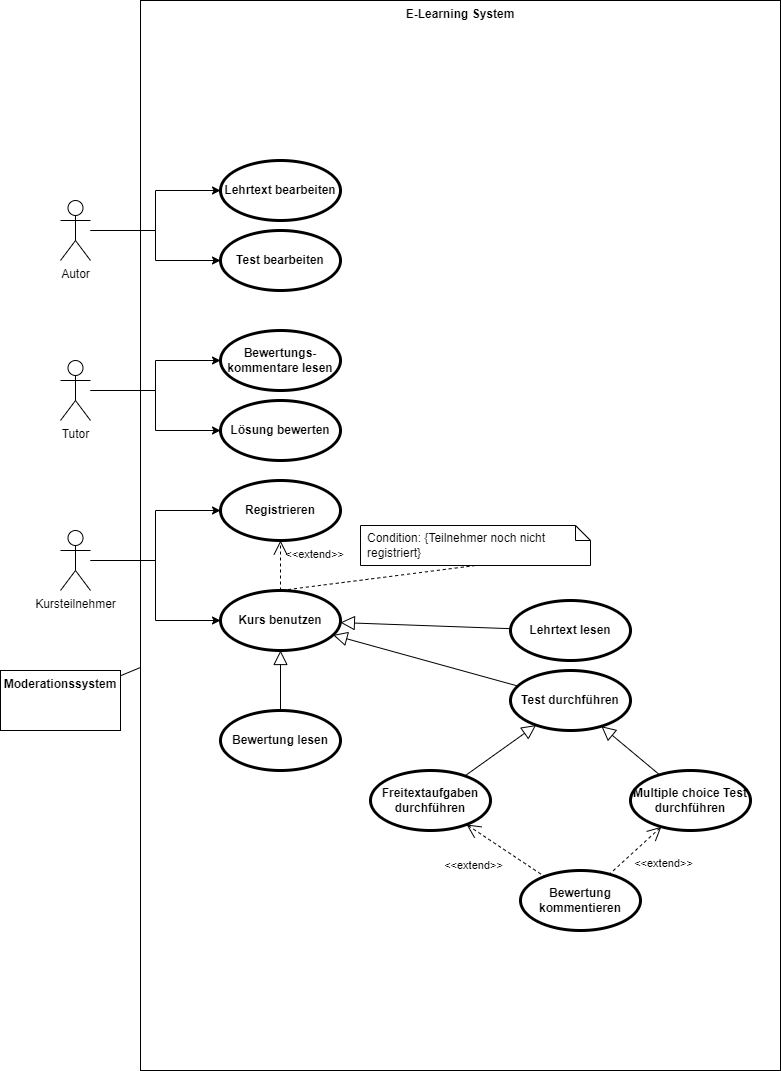
Above: Uebung8/E_Learning.drawio.png in jahtzee/SE_WS21 (draw.io), before the change. Source tidied: cells renumbered, new cells last; positions are measured from the earlier drawing's top-left corner, leaving out a move shared by most shapes.
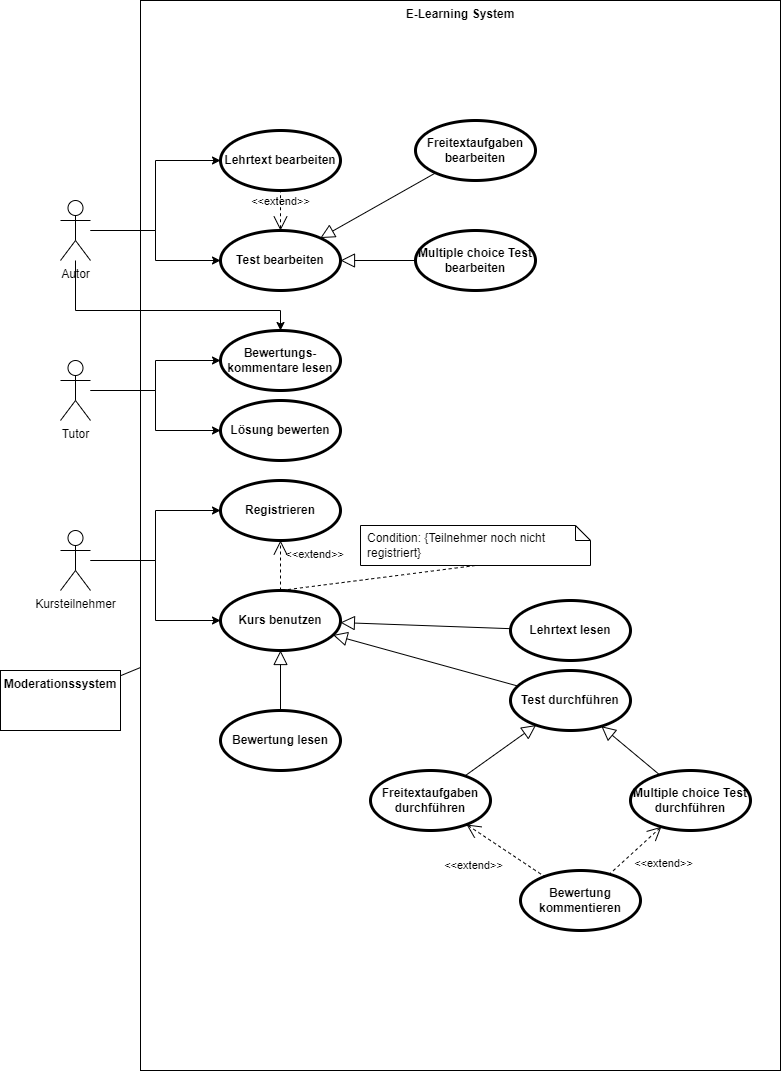
The same file after the commit.

What changed in the source:
```diff
@@ -20,6 +20,14 @@
     <mxCell id="7" style="edgeStyle=orthogonalEdgeStyle;rounded=0;jettySize=auto;html=1;entryX=0;entryY=0.5;entryDx=0;entryDy=0;" parent="1" edge="1" source="8" target="35">
       <mxGeometry relative="1" as="geometry" />
     </mxCell>
+    <mxCell id="36" style="edgeStyle=orthogonalEdgeStyle;rounded=0;jettySize=auto;html=1;" parent="1" edge="1" source="8" target="31">
+      <mxGeometry relative="1" as="geometry">
+        <Array as="points">
+          <mxPoint x="75" y="310" />
+          <mxPoint x="280" y="310" />
+        </Array>
+      </mxGeometry>
+    </mxCell>
     <mxCell id="8" value="Autor&lt;br&gt;" style="shape=umlActor;html=1;verticalLabelPosition=bottom;verticalAlign=top;align=center;" parent="1" vertex="1">
       <mxGeometry x="60" y="200" width="30" height="60" as="geometry" />
     </mxCell>
@@ -104,7 +112,22 @@
       <mxGeometry x="220" y="230" width="120" height="60" as="geometry" />
     </mxCell>
     <mxCell id="35" value="Lehrtext bearbeiten" style="shape=ellipse;html=1;strokeWidth=3;fontStyle=1;whiteSpace=wrap;align=center;perimeter=ellipsePerimeter;" parent="1" vertex="1">
-      <mxGeometry x="220" y="160" width="120" height="60" as="geometry" />
+      <mxGeometry x="220" y="130" width="120" height="60" as="geometry" />
     </mxCell>
+    <mxCell id="37" value="&amp;lt;&amp;lt;extend&amp;gt;&amp;gt;" style="edgeStyle=none;html=1;startArrow=open;endArrow=none;startSize=12;verticalAlign=bottom;dashed=1;labelBackgroundColor=none;rounded=0;" parent="1" edge="1" source="34" target="35">
+      <mxGeometry relative="1" as="geometry" />
+    </mxCell>
+    <mxCell id="38" value="Freitextaufgaben bearbeiten" style="shape=ellipse;html=1;strokeWidth=3;fontStyle=1;whiteSpace=wrap;align=center;perimeter=ellipsePerimeter;" parent="1" vertex="1">
+      <mxGeometry x="415" y="120" width="120" height="60" as="geometry" />
+    </mxCell>
+    <mxCell id="39" value="Multiple choice Test bearbeiten" style="shape=ellipse;html=1;strokeWidth=3;fontStyle=1;whiteSpace=wrap;align=center;perimeter=ellipsePerimeter;" parent="1" vertex="1">
+      <mxGeometry x="415" y="230" width="120" height="60" as="geometry" />
+    </mxCell>
+    <mxCell id="40" style="edgeStyle=none;html=1;endArrow=block;endFill=0;endSize=12;verticalAlign=bottom;rounded=0;" parent="1" edge="1" source="39" target="34">
+      <mxGeometry relative="1" as="geometry" />
+    </mxCell>
+    <mxCell id="41" style="edgeStyle=none;html=1;endArrow=block;endFill=0;endSize=12;verticalAlign=bottom;rounded=0;" parent="1" edge="1" source="38" target="34">
+      <mxGeometry relative="1" as="geometry" />
+    </mxCell>
   </root>
 </mxGraphModel>
```
